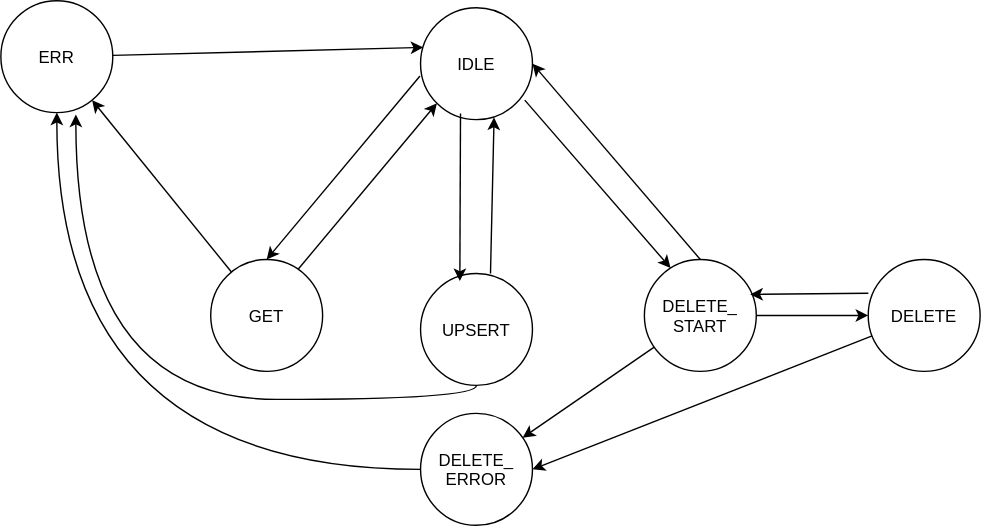
Earlier version of the draw.io export docu/src/diagramme/04_statemachine.drawio.svg (philippHecht98/DyC-RedisCacheLibrelane). Source tidied: cells renumbered, new cells last; positions are measured from the earlier drawing's top-left corner, leaving out a move shared by most shapes. Its diagram source:
```xml
<mxGraphModel>
  <root>
    <mxCell id="0" />
    <mxCell id="1" parent="0" />
    <mxCell id="2" style="edgeStyle=none;exitX=-0.005;exitY=0.61;exitDx=0;exitDy=0;exitPerimeter=0;entryX=0.5;entryY=0;entryDx=0;entryDy=0;" parent="1" edge="1" source="4" target="6">
      <mxGeometry relative="1" as="geometry" />
    </mxCell>
    <mxCell id="3" style="edgeStyle=none;entryX=0.234;entryY=0.076;entryDx=0;entryDy=0;entryPerimeter=0;exitX=0.931;exitY=0.826;exitDx=0;exitDy=0;exitPerimeter=0;" parent="1" edge="1" source="4" target="13">
      <mxGeometry relative="1" as="geometry" />
    </mxCell>
    <mxCell id="4" value="IDLE" style="ellipse;" parent="1" vertex="1">
      <mxGeometry x="300" y="5" width="80" height="80" as="geometry" />
    </mxCell>
    <mxCell id="5" style="edgeStyle=none;" parent="1" edge="1" source="6" target="8">
      <mxGeometry relative="1" as="geometry" />
    </mxCell>
    <mxCell id="6" value="GET" style="ellipse;" parent="1" vertex="1">
      <mxGeometry x="150" y="185" width="80" height="80" as="geometry" />
    </mxCell>
    <mxCell id="7" style="edgeStyle=none;entryX=0.025;entryY=0.355;entryDx=0;entryDy=0;entryPerimeter=0;" parent="1" edge="1" source="8" target="4">
      <mxGeometry relative="1" as="geometry" />
    </mxCell>
    <mxCell id="8" value="ERR" style="ellipse;" parent="1" vertex="1">
      <mxGeometry width="80" height="80" as="geometry" />
    </mxCell>
    <mxCell id="9" style="edgeStyle=none;entryX=0;entryY=1;entryDx=0;entryDy=0;exitX=0.783;exitY=0.085;exitDx=0;exitDy=0;exitPerimeter=0;" parent="1" edge="1" source="6" target="4">
      <mxGeometry relative="1" as="geometry" />
    </mxCell>
    <mxCell id="10" style="edgeStyle=none;entryX=1;entryY=0.5;entryDx=0;entryDy=0;exitX=0.5;exitY=0;exitDx=0;exitDy=0;" parent="1" edge="1" source="13" target="4">
      <mxGeometry relative="1" as="geometry" />
    </mxCell>
    <mxCell id="11" style="edgeStyle=none;" parent="1" edge="1" source="13" target="19">
      <mxGeometry relative="1" as="geometry" />
    </mxCell>
    <mxCell id="12" style="edgeStyle=none;" parent="1" edge="1" source="13" target="21">
      <mxGeometry relative="1" as="geometry" />
    </mxCell>
    <mxCell id="13" value="DELETE_&#10;START" style="ellipse;" parent="1" vertex="1">
      <mxGeometry x="460" y="185" width="80" height="80" as="geometry" />
    </mxCell>
    <mxCell id="14" value="UPSERT" style="ellipse;" parent="1" vertex="1">
      <mxGeometry x="300" y="195" width="80" height="80" as="geometry" />
    </mxCell>
    <mxCell id="15" style="edgeStyle=none;entryX=0.351;entryY=0.068;entryDx=0;entryDy=0;entryPerimeter=0;exitX=0.357;exitY=0.946;exitDx=0;exitDy=0;exitPerimeter=0;" parent="1" edge="1" source="4" target="14">
      <mxGeometry relative="1" as="geometry" />
    </mxCell>
    <mxCell id="16" style="edgeStyle=none;entryX=0.657;entryY=0.98;entryDx=0;entryDy=0;entryPerimeter=0;exitX=0.625;exitY=0;exitDx=0;exitDy=0;exitPerimeter=0;" parent="1" edge="1" source="14" target="4">
      <mxGeometry relative="1" as="geometry" />
    </mxCell>
    <mxCell id="17" style="edgeStyle=orthogonalEdgeStyle;entryX=0.67;entryY=1.017;entryDx=0;entryDy=0;entryPerimeter=0;curved=1;" parent="1" edge="1" source="14" target="8">
      <mxGeometry relative="1" as="geometry">
        <Array as="points">
          <mxPoint x="340" y="285" />
          <mxPoint x="54" y="285" />
        </Array>
      </mxGeometry>
    </mxCell>
    <mxCell id="18" style="edgeStyle=orthogonalEdgeStyle;entryX=0.5;entryY=1;entryDx=0;entryDy=0;curved=1;" parent="1" edge="1" source="19" target="8">
      <mxGeometry relative="1" as="geometry" />
    </mxCell>
    <mxCell id="19" value="DELETE_&#10;ERROR" style="ellipse;" parent="1" vertex="1">
      <mxGeometry x="300" y="295" width="80" height="80" as="geometry" />
    </mxCell>
    <mxCell id="20" style="edgeStyle=none;entryX=1;entryY=0.5;entryDx=0;entryDy=0;" parent="1" edge="1" source="21" target="19">
      <mxGeometry relative="1" as="geometry" />
    </mxCell>
    <mxCell id="21" value="DELETE" style="ellipse;" parent="1" vertex="1">
      <mxGeometry x="620" y="185" width="80" height="80" as="geometry" />
    </mxCell>
    <mxCell id="22" style="edgeStyle=none;entryX=0.946;entryY=0.312;entryDx=0;entryDy=0;entryPerimeter=0;exitX=0.001;exitY=0.302;exitDx=0;exitDy=0;exitPerimeter=0;" parent="1" edge="1" source="21" target="13">
      <mxGeometry relative="1" as="geometry" />
    </mxCell>
  </root>
</mxGraphModel>
```
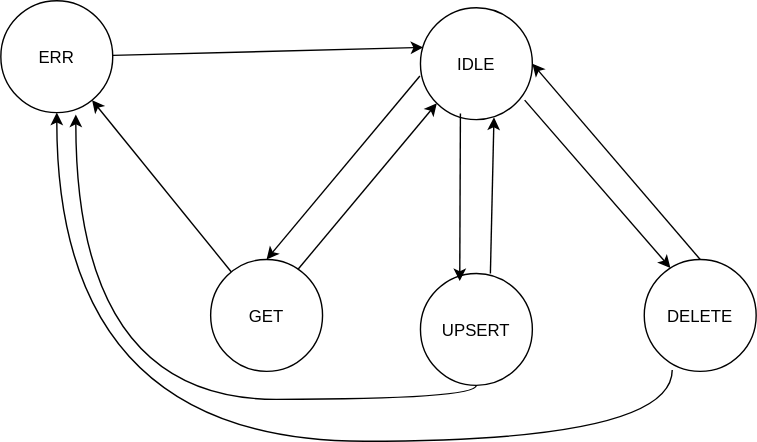
Above is the later version.

What changed in the source:
```diff
@@ -29,13 +29,7 @@
     <mxCell id="10" style="edgeStyle=none;entryX=1;entryY=0.5;entryDx=0;entryDy=0;exitX=0.5;exitY=0;exitDx=0;exitDy=0;" parent="1" edge="1" source="13" target="4">
       <mxGeometry relative="1" as="geometry" />
     </mxCell>
-    <mxCell id="11" style="edgeStyle=none;" parent="1" edge="1" source="13" target="19">
-      <mxGeometry relative="1" as="geometry" />
-    </mxCell>
-    <mxCell id="12" style="edgeStyle=none;" parent="1" edge="1" source="13" target="21">
-      <mxGeometry relative="1" as="geometry" />
-    </mxCell>
-    <mxCell id="13" value="DELETE_&#10;START" style="ellipse;" parent="1" vertex="1">
+    <mxCell id="13" value="DELETE" style="ellipse;" parent="1" vertex="1">
       <mxGeometry x="460" y="185" width="80" height="80" as="geometry" />
     </mxCell>
     <mxCell id="14" value="UPSERT" style="ellipse;" parent="1" vertex="1">
@@ -55,20 +49,13 @@
         </Array>
       </mxGeometry>
     </mxCell>
-    <mxCell id="18" style="edgeStyle=orthogonalEdgeStyle;entryX=0.5;entryY=1;entryDx=0;entryDy=0;curved=1;" parent="1" edge="1" source="19" target="8">
-      <mxGeometry relative="1" as="geometry" />
+    <mxCell id="18" style="edgeStyle=orthogonalEdgeStyle;entryX=0.5;entryY=1;entryDx=0;entryDy=0;curved=1;exitX=0.25;exitY=0.988;exitDx=0;exitDy=0;exitPerimeter=0;" parent="1" edge="1" source="13" target="8">
+      <mxGeometry relative="1" as="geometry">
+        <Array as="points">
+          <mxPoint x="480" y="315" />
+          <mxPoint x="40" y="315" />
+        </Array>
+      </mxGeometry>
     </mxCell>
-    <mxCell id="19" value="DELETE_&#10;ERROR" style="ellipse;" parent="1" vertex="1">
-      <mxGeometry x="300" y="295" width="80" height="80" as="geometry" />
-    </mxCell>
-    <mxCell id="20" style="edgeStyle=none;entryX=1;entryY=0.5;entryDx=0;entryDy=0;" parent="1" edge="1" source="21" target="19">
-      <mxGeometry relative="1" as="geometry" />
-    </mxCell>
-    <mxCell id="21" value="DELETE" style="ellipse;" parent="1" vertex="1">
-      <mxGeometry x="620" y="185" width="80" height="80" as="geometry" />
-    </mxCell>
-    <mxCell id="22" style="edgeStyle=none;entryX=0.946;entryY=0.312;entryDx=0;entryDy=0;entryPerimeter=0;exitX=0.001;exitY=0.302;exitDx=0;exitDy=0;exitPerimeter=0;" parent="1" edge="1" source="21" target="13">
-      <mxGeometry relative="1" as="geometry" />
-    </mxCell>
   </root>
 </mxGraphModel>
```
